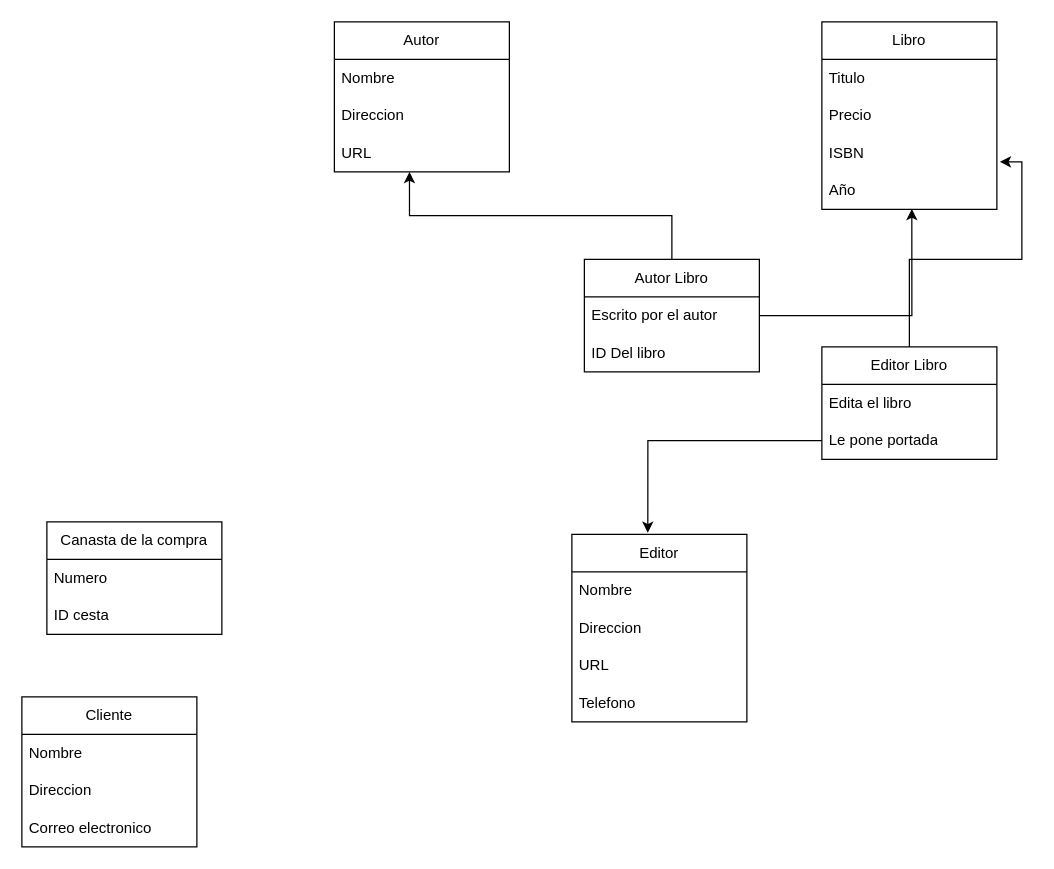
Earlier version of the draw.io diagram ads.drawio (Soysakiaytuno/ExamenFinalSem1). Source tidied: cells renumbered, new cells numbered last; positions are measured from the earlier drawing's top-left corner, leaving out a move shared by most shapes. Both pictures are drawn from the tidied source at 125%, with x=0, y=0 at pixel (21, 21).
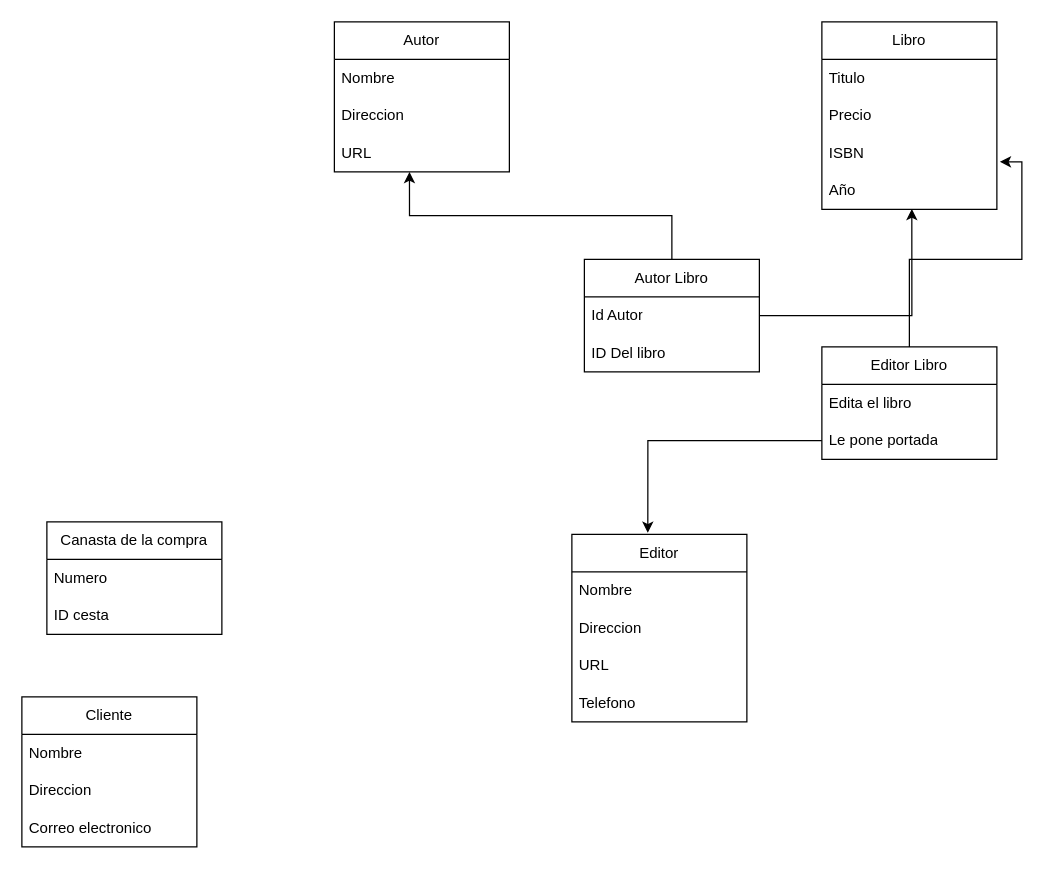
The same page after the edit.

The change refers to these unchanged cells:
```xml
<mxCell id="23" value="Autor Libro" style="swimlane;fontStyle=0;horizontal=1;startSize=30;whiteSpace=wrap;html=1;" parent="1" vertex="1">
  <mxGeometry x="450" y="190" width="140" height="90" as="geometry" />
</mxCell>
```

Change to the diagram source:
```diff
@@
-    <mxCell id="24" value="Escrito por el autor" style="text;strokeColor=none;fillColor=none;align=left;verticalAlign=middle;spacingLeft=4;spacingRight=4;overflow=hidden;points=[[0,0.5],[1,0.5]];portConstraint=eastwest;whiteSpace=wrap;html=1;" parent="23" vertex="1">
+    <mxCell id="24" value="Id Autor" style="text;strokeColor=none;fillColor=none;align=left;verticalAlign=middle;spacingLeft=4;spacingRight=4;overflow=hidden;points=[[0,0.5],[1,0.5]];portConstraint=eastwest;whiteSpace=wrap;html=1;" parent="23" vertex="1">
       <mxGeometry y="30" width="140" height="30" as="geometry" />
     </mxCell>
```
